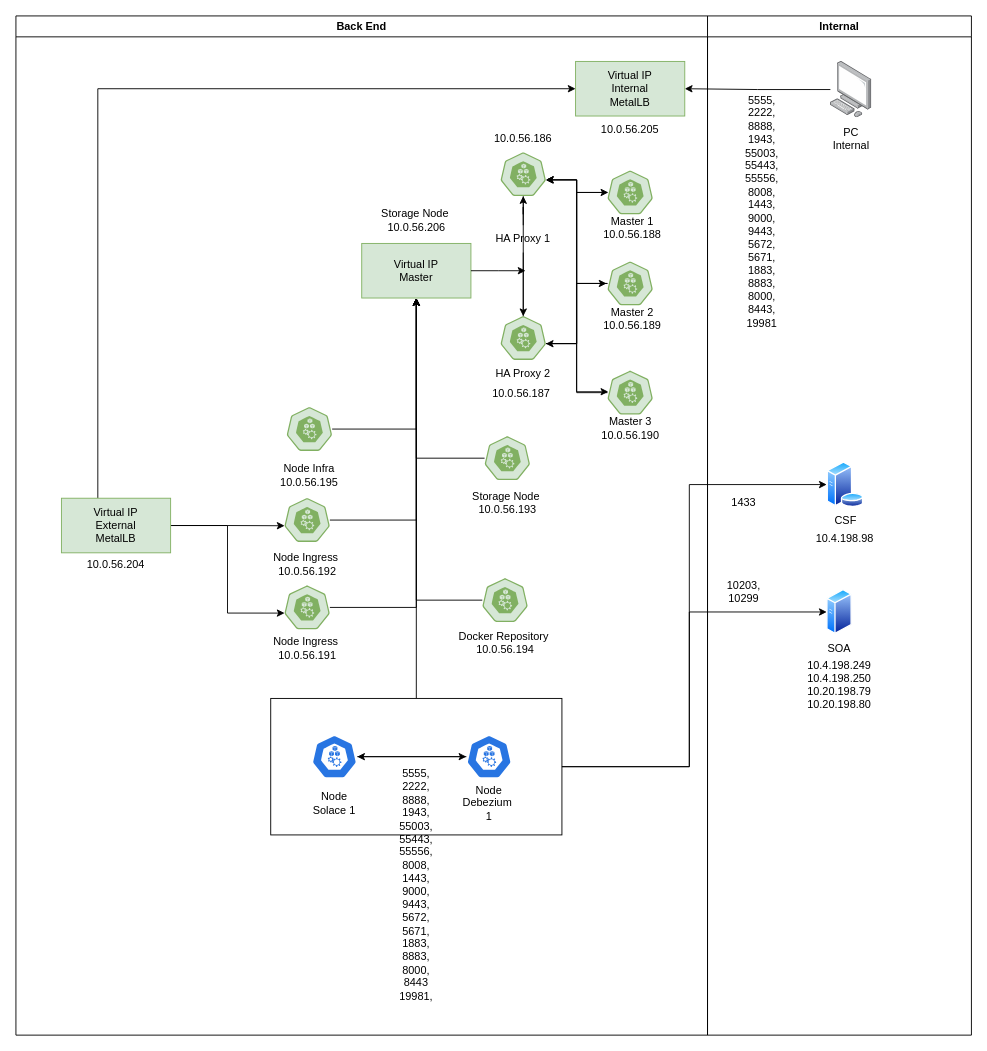
AndiLiwantoroSusanto/andiliewantorosusanto.github.io keeps this draw.io diagram as Untitled Diagram.drawio. Above is the earlier version. Source tidied: cells renumbered, new cells numbered last; positions are measured from the earlier drawing's top-left corner, leaving out a move shared by most shapes. Both pictures are drawn from the tidied source at 91%, with x=0, y=0 at pixel (15, 15).
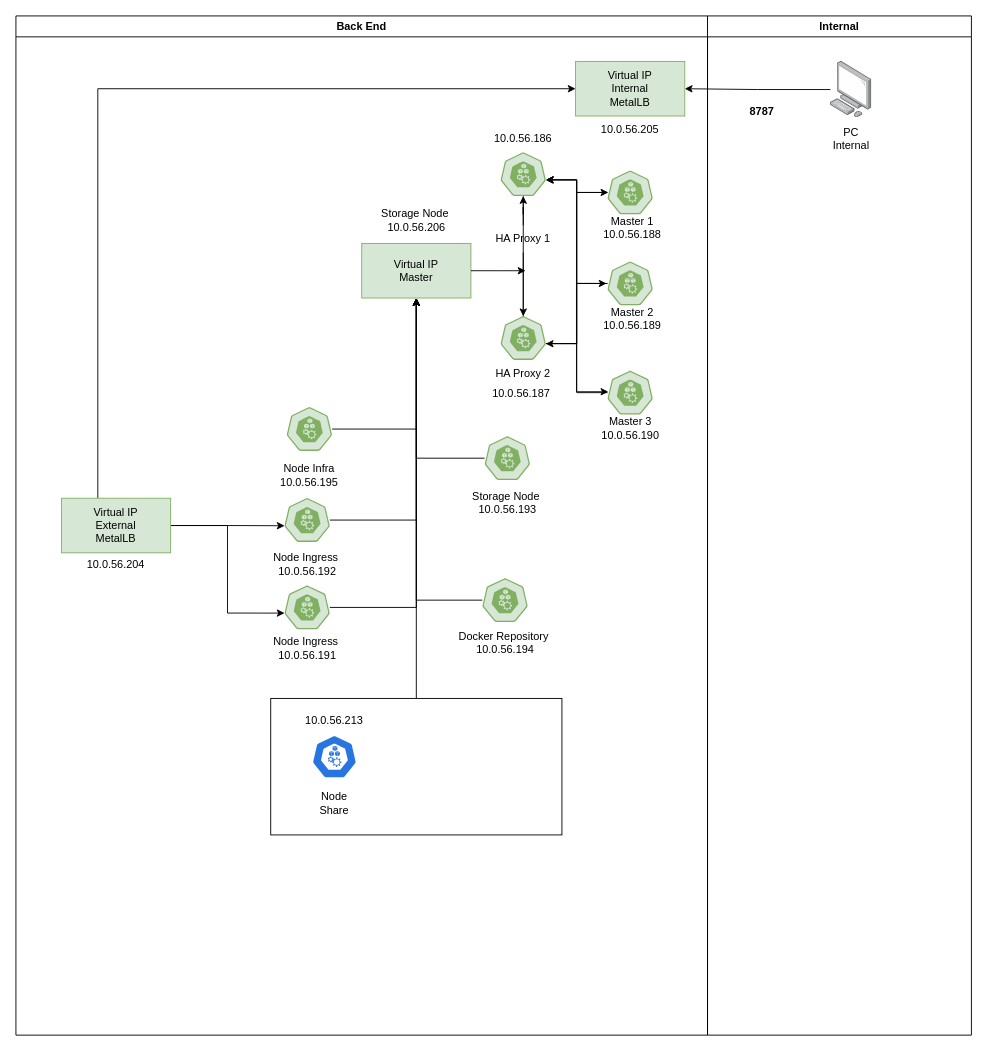
After the change.

The change refers to these unchanged cells:
```xml
<mxCell id="2" value="Back End" style="swimlane;" parent="1" vertex="1">
  <mxGeometry width="760" height="1120" as="geometry" />
</mxCell>
<mxCell id="4" style="rounded=0;whiteSpace=wrap;html=1;" parent="2" vertex="1">
  <mxGeometry x="280" y="750" width="320" height="150" as="geometry" />
</mxCell>
<mxCell id="5" style="sketch=0;html=1;dashed=0;whitespace=wrap;fillColor=#2875E2;strokeColor=#ffffff;points=[[0.005,0.63,0],[0.1,0.2,0],[0.9,0.2,0],[0.5,0,0],[0.995,0.63,0],[0.72,0.99,0],[0.5,1,0],[0.28,0.99,0]];shape=mxgraph.kubernetes.icon;prIcon=node;" parent="2" vertex="1">
  <mxGeometry x="325" y="790" width="50" height="48" as="geometry" />
</mxCell>
<mxCell id="59" value="Internal" style="swimlane;" parent="1" vertex="1">
  <mxGeometry x="760" width="290" height="1120" as="geometry" />
</mxCell>
```

Diff of the diagram source:
```diff
@@
-    <mxCell id="6" style="edgeStyle=orthogonalEdgeStyle;rounded=0;jettySize=auto;html=1;" parent="2" edge="1" source="7" target="5">
-      <mxGeometry relative="1" as="geometry" />
-    </mxCell>
-    <mxCell id="7" style="sketch=0;html=1;dashed=0;whitespace=wrap;fillColor=#2875E2;strokeColor=#ffffff;points=[[0.005,0.63,0],[0.1,0.2,0],[0.9,0.2,0],[0.5,0,0],[0.995,0.63,0],[0.72,0.99,0],[0.5,1,0],[0.28,0.99,0]];shape=mxgraph.kubernetes.icon;prIcon=node;" parent="2" vertex="1">
-      <mxGeometry x="495" y="790" width="50" height="48" as="geometry" />
-    </mxCell>
-    <mxCell id="8" style="edgeStyle=orthogonalEdgeStyle;rounded=0;jettySize=auto;html=1;" parent="2" edge="1" source="5" target="7">
-      <mxGeometry relative="1" as="geometry" />
-    </mxCell>
-    <mxCell id="9" value="Node Solace 1" style="text;html=1;strokeColor=none;fillColor=none;align=center;verticalAlign=middle;whiteSpace=wrap;rounded=0;" parent="2" vertex="1">
+    <mxCell id="9" value="Node Share" style="text;html=1;strokeColor=none;fillColor=none;align=center;verticalAlign=middle;whiteSpace=wrap;rounded=0;" parent="2" vertex="1">
       <mxGeometry x="320" y="850" width="60" height="30" as="geometry" />
     </mxCell>
-    <mxCell id="10" value="Node Debezium&amp;nbsp; 1" style="text;html=1;strokeColor=none;fillColor=none;align=center;verticalAlign=middle;whiteSpace=wrap;rounded=0;" parent="2" vertex="1">
-      <mxGeometry x="490" y="850" width="60" height="30" as="geometry" />
-    </mxCell>
@@
-    <mxCell id="57" value="5555,&lt;br&gt;2222,&lt;br&gt;8888,&lt;br&gt;1943,&lt;br&gt;55003,&lt;br&gt;55443,&lt;br&gt;55556,&lt;br&gt;8008,&lt;br&gt;1443,&lt;br&gt;9000,&lt;br&gt;9443,&lt;br&gt;5672,&lt;br&gt;5671,&lt;br&gt;1883,&lt;br&gt;8883,&lt;br&gt;8000,&lt;br&gt;8443&lt;br&gt;19981," style="text;html=1;strokeColor=none;fillColor=none;align=center;verticalAlign=middle;whiteSpace=wrap;rounded=0;" parent="2" vertex="1">
-      <mxGeometry x="410" y="940" width="60" height="30" as="geometry" />
-    </mxCell>
-    <mxCell id="58" style="edgeStyle=orthogonalEdgeStyle;rounded=0;orthogonalLoop=1;jettySize=auto;html=1;exitX=0.5;exitY=1;exitDx=0;exitDy=0;" parent="2" edge="1" source="57" target="57">
-      <mxGeometry relative="1" as="geometry" />
+    <mxCell id="58" style="edgeStyle=orthogonalEdgeStyle;rounded=0;orthogonalLoop=1;jettySize=auto;html=1;exitX=0.5;exitY=1;exitDx=0;exitDy=0;" parent="2" edge="1">
+      <mxGeometry relative="1" as="geometry">
+        <mxPoint x="440" y="970" as="sourcePoint" />
+        <mxPoint x="440" y="970" as="targetPoint" />
+      </mxGeometry>
     </mxCell>
+    <mxCell id="75" value="10.0.56.213" style="text;html=1;strokeColor=none;fillColor=none;align=center;verticalAlign=middle;whiteSpace=wrap;rounded=0;" parent="2" vertex="1">
+      <mxGeometry x="320" y="760" width="60" height="30" as="geometry" />
+    </mxCell>
@@
-    <mxCell id="60" style="perimeter=ellipsePerimeter;html=1;align=center;shadow=0;dashed=0;spacingTop=3;image;image=img/lib/active_directory/generic_server.svg;" parent="59" vertex="1">
-      <mxGeometry x="131" y="630" width="28" height="50" as="geometry" />
-    </mxCell>
-    <mxCell id="61" value="SOA" style="text;html=1;strokeColor=none;fillColor=none;align=center;verticalAlign=middle;whiteSpace=wrap;rounded=0;" parent="59" vertex="1">
-      <mxGeometry x="115" y="680" width="60" height="30" as="geometry" />
-    </mxCell>
-    <mxCell id="62" style="perimeter=ellipsePerimeter;html=1;align=center;shadow=0;dashed=0;spacingTop=3;image;image=img/lib/active_directory/database_server.svg;" parent="59" vertex="1">
-      <mxGeometry x="131" y="490" width="41" height="50" as="geometry" />
-    </mxCell>
-    <mxCell id="63" value="CSF" style="text;html=1;strokeColor=none;fillColor=none;align=center;verticalAlign=middle;whiteSpace=wrap;rounded=0;" parent="59" vertex="1">
-      <mxGeometry x="121.5" y="540" width="60" height="30" as="geometry" />
-    </mxCell>
-    <mxCell id="64" value="1433" style="text;html=1;strokeColor=none;fillColor=none;align=center;verticalAlign=middle;whiteSpace=wrap;rounded=0;" parent="59" vertex="1">
-      <mxGeometry x="10" y="520" width="60" height="30" as="geometry" />
-    </mxCell>
@@
-    <mxCell id="66" value="10.4.198.249&lt;br&gt;10.4.198.250&lt;br&gt;10.20.198.79&lt;br&gt;10.20.198.80" style="text;html=1;strokeColor=none;fillColor=none;align=center;verticalAlign=middle;whiteSpace=wrap;rounded=0;" parent="59" vertex="1">
-      <mxGeometry x="115" y="720" width="60" height="30" as="geometry" />
-    </mxCell>
-    <mxCell id="67" value="10203,&lt;br&gt;10299" style="text;html=1;strokeColor=none;fillColor=none;align=center;verticalAlign=middle;whiteSpace=wrap;rounded=0;" parent="59" vertex="1">
-      <mxGeometry x="10" y="618" width="60" height="30" as="geometry" />
-    </mxCell>
@@
-    <mxCell id="69" value="5555,&lt;br&gt;2222,&lt;br&gt;8888,&lt;br&gt;1943,&lt;br&gt;55003,&lt;br&gt;55443,&lt;br&gt;55556,&lt;br&gt;8008,&lt;br&gt;1443,&lt;br&gt;9000,&lt;br&gt;9443,&lt;br&gt;5672,&lt;br&gt;5671,&lt;br&gt;1883,&lt;br&gt;8883,&lt;br&gt;8000,&lt;br&gt;8443,&lt;br&gt;19981" style="text;html=1;strokeColor=none;fillColor=none;align=center;verticalAlign=middle;whiteSpace=wrap;rounded=0;" parent="59" vertex="1">
-      <mxGeometry x="30" y="200" width="60" height="30" as="geometry" />
+    <mxCell id="69" value="8787" style="text;html=1;strokeColor=none;fillColor=none;align=center;verticalAlign=middle;whiteSpace=wrap;rounded=0;fontStyle=1;" parent="59" vertex="1">
+      <mxGeometry x="30" y="90" width="60" height="30" as="geometry" />
     </mxCell>
-    <mxCell id="70" value="10.4.198.98" style="text;html=1;strokeColor=none;fillColor=none;align=center;verticalAlign=middle;whiteSpace=wrap;rounded=0;" parent="59" vertex="1">
-      <mxGeometry x="120.6" y="560" width="60" height="30" as="geometry" />
-    </mxCell>
@@
-    <mxCell id="72" style="edgeStyle=orthogonalEdgeStyle;rounded=0;jettySize=auto;html=1;entryX=0;entryY=0.5;entryDx=0;entryDy=0;" parent="1" edge="1" source="4" target="60">
-      <mxGeometry relative="1" as="geometry">
-        <Array as="points">
-          <mxPoint x="740" y="825" />
-          <mxPoint x="740" y="655" />
-        </Array>
-      </mxGeometry>
-    </mxCell>
-    <mxCell id="73" style="edgeStyle=orthogonalEdgeStyle;rounded=0;jettySize=auto;html=1;entryX=0;entryY=0.5;entryDx=0;entryDy=0;" parent="1" edge="1" source="4" target="62">
-      <mxGeometry relative="1" as="geometry">
-        <Array as="points">
-          <mxPoint x="740" y="825" />
-          <mxPoint x="740" y="515" />
-        </Array>
-      </mxGeometry>
-    </mxCell>
```
